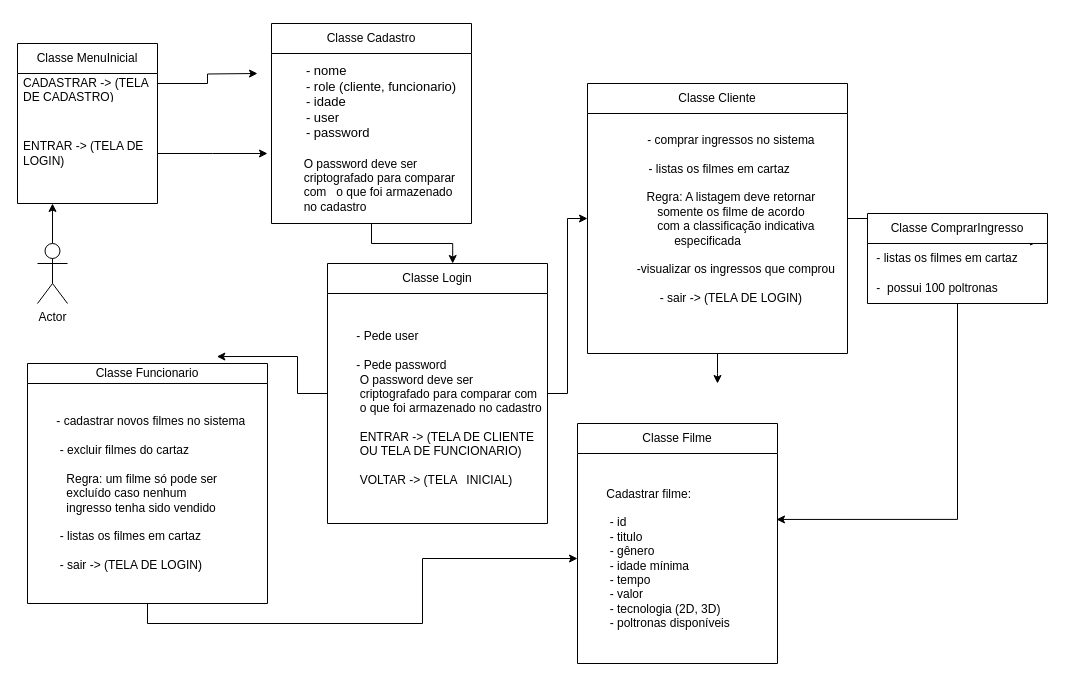
Above: Diagrama sem nome.drawio in Sonegors/cineticket (draw.io), before the change. Source tidied: cells renumbered, new cells numbered last; positions are measured from the earlier drawing's top-left corner, leaving out a move shared by most shapes. Both pictures are drawn from the tidied source at 100%, with x=0, y=0 at pixel (17, 23).
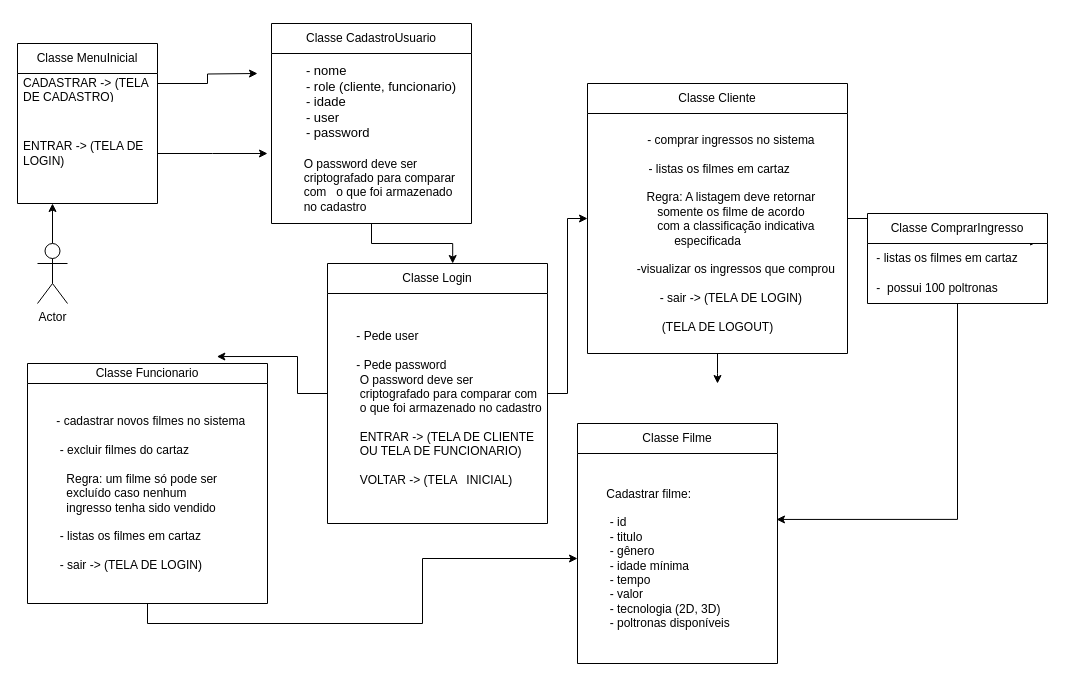
The same diagram, later.

The change refers to these unchanged cells:
```xml
<mxCell id="3" value="Classe Cliente" style="swimlane;fontStyle=0;horizontal=1;startSize=30;whiteSpace=wrap;html=1;" parent="1" vertex="1">
  <mxGeometry x="570" y="60" width="260" height="270" as="geometry" />
</mxCell>
```

Change to the diagram source:
```diff
@@
-    <mxCell id="5" value="&lt;div&gt;&lt;br&gt;&lt;/div&gt;&lt;div&gt;&lt;span style=&quot;&quot;&gt;&lt;span style=&quot;&quot;&gt;&amp;nbsp;&amp;nbsp;&amp;nbsp;&amp;nbsp;&lt;/span&gt;&lt;/span&gt;&lt;span style=&quot;&quot;&gt;&lt;span style=&quot;&quot;&gt;&amp;nbsp;&amp;nbsp;&amp;nbsp;&amp;nbsp;&lt;/span&gt;&lt;/span&gt;- comprar ingressos no sistema&lt;br&gt;&amp;nbsp;&amp;nbsp; &amp;nbsp;&amp;nbsp;&amp;nbsp;&amp;nbsp;&lt;/div&gt;&lt;div&gt;&amp;nbsp;- listas os filmes em cartaz&lt;br&gt;&amp;nbsp;&amp;nbsp; &amp;nbsp;&amp;nbsp;&amp;nbsp;&amp;nbsp; &amp;nbsp;&amp;nbsp;&amp;nbsp;&amp;nbsp;&lt;/div&gt;&lt;div&gt;&lt;span style=&quot;&quot;&gt;&lt;span style=&quot;white-space: pre;&quot;&gt;&amp;nbsp;&amp;nbsp;&amp;nbsp;&amp;nbsp;&lt;/span&gt;&lt;/span&gt;&lt;span style=&quot;&quot;&gt;&lt;span style=&quot;white-space: pre;&quot;&gt;&amp;nbsp;&amp;nbsp;&amp;nbsp;&amp;nbsp;&lt;/span&gt;&lt;/span&gt;Regra: A listagem deve retornar &lt;br&gt;&lt;/div&gt;&lt;div&gt;&lt;span style=&quot;&quot;&gt;&lt;span style=&quot;white-space: pre;&quot;&gt;&amp;nbsp;&amp;nbsp;&amp;nbsp;&amp;nbsp;&lt;/span&gt;&lt;/span&gt;&lt;span style=&quot;&quot;&gt;&lt;span style=&quot;white-space: pre;&quot;&gt;&amp;nbsp;&amp;nbsp;&amp;nbsp;&amp;nbsp;&lt;/span&gt;&lt;/span&gt;somente os filme de acordo&lt;/div&gt;&lt;div&gt;&lt;span style=&quot;&quot;&gt;&lt;span style=&quot;white-space: pre;&quot;&gt;&amp;nbsp;&amp;nbsp;&amp;nbsp;&amp;nbsp;&lt;/span&gt;&lt;/span&gt;&lt;span style=&quot;&quot;&gt;&lt;span style=&quot;white-space: pre;&quot;&gt;&amp;nbsp;&amp;nbsp;&amp;nbsp;&amp;nbsp;&lt;/span&gt;&lt;/span&gt;&amp;nbsp;&amp;nbsp; com a classificação indicativa&lt;/div&gt;&lt;div&gt;especificada&amp;nbsp;&amp;nbsp; &amp;nbsp;&amp;nbsp;&amp;nbsp; &lt;br&gt;&lt;/div&gt;&lt;div&gt;&lt;br&gt;&lt;/div&gt;&lt;div&gt;&amp;nbsp;&lt;span style=&quot;&quot;&gt;&lt;span style=&quot;&quot;&gt;&amp;nbsp;&amp;nbsp;&amp;nbsp;&amp;nbsp;&lt;/span&gt;&lt;/span&gt;&lt;span style=&quot;&quot;&gt;&lt;span style=&quot;&quot;&gt;&amp;nbsp;&amp;nbsp;&amp;nbsp;&amp;nbsp;&lt;/span&gt;&lt;/span&gt;&amp;nbsp; -visualizar os ingressos que comprou&lt;br&gt;&lt;/div&gt;&lt;div&gt;&lt;br&gt;&lt;/div&gt;&lt;div&gt;&amp;nbsp;&amp;nbsp; &amp;nbsp;&amp;nbsp;&amp;nbsp;&amp;nbsp; - sair -&amp;gt; (TELA DE LOGIN)&lt;br&gt;&lt;/div&gt;&lt;div&gt;&lt;br&gt;&lt;/div&gt;&lt;div&gt;&lt;br&gt;&lt;/div&gt;&lt;div&gt;&lt;br&gt;&lt;/div&gt;" style="text;html=1;align=center;verticalAlign=middle;points=[];strokeColor=none;fillColor=none;" parent="3" vertex="1">
+    <mxCell id="5" value="&lt;div&gt;&lt;br&gt;&lt;/div&gt;&lt;div&gt;&lt;span style=&quot;&quot;&gt;&lt;span style=&quot;&quot;&gt;&amp;nbsp;&amp;nbsp;&amp;nbsp;&amp;nbsp;&lt;/span&gt;&lt;/span&gt;&lt;span style=&quot;&quot;&gt;&lt;span style=&quot;&quot;&gt;&amp;nbsp;&amp;nbsp;&amp;nbsp;&amp;nbsp;&lt;/span&gt;&lt;/span&gt;- comprar ingressos no sistema&lt;br&gt;&amp;nbsp;&amp;nbsp; &amp;nbsp;&amp;nbsp;&amp;nbsp;&amp;nbsp;&lt;/div&gt;&lt;div&gt;&amp;nbsp;- listas os filmes em cartaz&lt;br&gt;&amp;nbsp;&amp;nbsp; &amp;nbsp;&amp;nbsp;&amp;nbsp;&amp;nbsp; &amp;nbsp;&amp;nbsp;&amp;nbsp;&amp;nbsp;&lt;/div&gt;&lt;div&gt;&lt;span style=&quot;&quot;&gt;&lt;span style=&quot;&quot;&gt;&amp;nbsp;&amp;nbsp;&amp;nbsp;&amp;nbsp;&lt;/span&gt;&lt;/span&gt;&lt;span style=&quot;&quot;&gt;&lt;span style=&quot;&quot;&gt;&amp;nbsp;&amp;nbsp;&amp;nbsp;&amp;nbsp;&lt;/span&gt;&lt;/span&gt;Regra: A listagem deve retornar &lt;br&gt;&lt;/div&gt;&lt;div&gt;&lt;span style=&quot;&quot;&gt;&lt;span style=&quot;&quot;&gt;&amp;nbsp;&amp;nbsp;&amp;nbsp;&amp;nbsp;&lt;/span&gt;&lt;/span&gt;&lt;span style=&quot;&quot;&gt;&lt;span style=&quot;&quot;&gt;&amp;nbsp;&amp;nbsp;&amp;nbsp;&amp;nbsp;&lt;/span&gt;&lt;/span&gt;somente os filme de acordo&lt;/div&gt;&lt;div&gt;&lt;span style=&quot;&quot;&gt;&lt;span style=&quot;&quot;&gt;&amp;nbsp;&amp;nbsp;&amp;nbsp;&amp;nbsp;&lt;/span&gt;&lt;/span&gt;&lt;span style=&quot;&quot;&gt;&lt;span style=&quot;&quot;&gt;&amp;nbsp;&amp;nbsp;&amp;nbsp;&amp;nbsp;&lt;/span&gt;&lt;/span&gt;&amp;nbsp;&amp;nbsp; com a classificação indicativa&lt;/div&gt;&lt;div&gt;especificada&amp;nbsp;&amp;nbsp; &amp;nbsp;&amp;nbsp;&amp;nbsp; &lt;br&gt;&lt;/div&gt;&lt;div&gt;&lt;br&gt;&lt;/div&gt;&lt;div&gt;&amp;nbsp;&lt;span style=&quot;&quot;&gt;&lt;span style=&quot;&quot;&gt;&amp;nbsp;&amp;nbsp;&amp;nbsp;&amp;nbsp;&lt;/span&gt;&lt;/span&gt;&lt;span style=&quot;&quot;&gt;&lt;span style=&quot;&quot;&gt;&amp;nbsp;&amp;nbsp;&amp;nbsp;&amp;nbsp;&lt;/span&gt;&lt;/span&gt;&amp;nbsp; -visualizar os ingressos que comprou&lt;br&gt;&lt;/div&gt;&lt;div&gt;&lt;br&gt;&lt;/div&gt;&lt;div&gt;&amp;nbsp;&amp;nbsp; &amp;nbsp;&amp;nbsp;&amp;nbsp;&amp;nbsp; - sair -&amp;gt; (TELA DE LOGIN)&lt;br&gt;&lt;/div&gt;&lt;div&gt;&lt;br&gt;&lt;/div&gt;&lt;div&gt;(TELA DE LOGOUT)&lt;br&gt;&lt;/div&gt;&lt;div&gt;&lt;br&gt;&lt;/div&gt;" style="text;html=1;align=center;verticalAlign=middle;points=[];strokeColor=none;fillColor=none;" parent="3" vertex="1">
       <mxGeometry y="30" width="260" height="240" as="geometry" />
     </mxCell>
@@
-    <mxCell id="16" value="&lt;div&gt;&lt;br&gt;&lt;/div&gt;&lt;div&gt;Classe Cadastro&lt;/div&gt;&lt;div&gt;&lt;br&gt;&lt;/div&gt;" style="swimlane;fontStyle=0;horizontal=1;startSize=30;whiteSpace=wrap;html=1;" parent="1" vertex="1">
+    <mxCell id="16" value="&lt;div&gt;&lt;br&gt;&lt;/div&gt;&lt;div&gt;Classe CadastroUsuario&lt;/div&gt;&lt;div&gt;&lt;br&gt;&lt;/div&gt;" style="swimlane;fontStyle=0;horizontal=1;startSize=30;whiteSpace=wrap;html=1;" parent="1" vertex="1">
       <mxGeometry x="254" width="200" height="200" as="geometry" />
     </mxCell>
```
